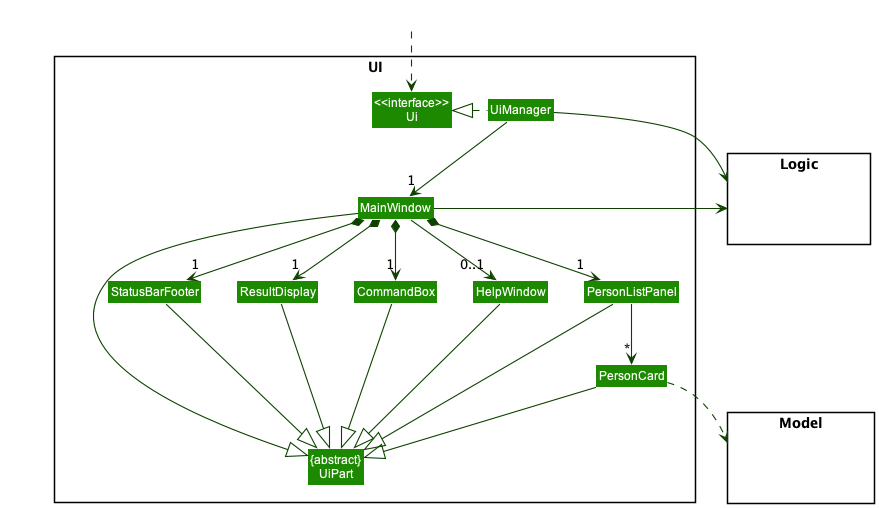
nus-cs2103-AY2223S1/tp keeps this PlantUML diagram as docs/images/UiClassDiagram.png. Above is the earlier version. The source it was exported from:
```plantuml
@startuml
!include style.puml
skinparam arrowThickness 1.1
skinparam arrowColor UI_COLOR_T4
skinparam classBackgroundColor UI_COLOR

package UI <<Rectangle>>{
Class "<<interface>>\nUi" as Ui
Class "{abstract}\nUiPart" as UiPart
Class UiManager
Class MainWindow
Class HelpWindow
Class ResultDisplay
Class PersonListPanel
Class PersonCard
Class StatusBarFooter
Class CommandBox
}

package Model <<Rectangle>> {
Class HiddenModel #FFFFFF
}

package Logic <<Rectangle>> {
Class HiddenLogic #FFFFFF
}

Class HiddenOutside #FFFFFF
HiddenOutside ..> Ui

UiManager .left.|> Ui
UiManager -down-> "1" MainWindow
MainWindow *-down->  "1" CommandBox
MainWindow *-down-> "1" ResultDisplay
MainWindow *-down-> "1" PersonListPanel
MainWindow *-down-> "1" StatusBarFooter
MainWindow --> "0..1" HelpWindow

PersonListPanel -down-> "*" PersonCard

MainWindow -left-|> UiPart

ResultDisplay --|> UiPart
CommandBox --|> UiPart
PersonListPanel --|> UiPart
PersonCard --|> UiPart
StatusBarFooter --|> UiPart
HelpWindow --|> UiPart

PersonCard ..> Model
UiManager -right-> Logic
MainWindow -left-> Logic

PersonListPanel -[hidden]left- HelpWindow
HelpWindow -[hidden]left- CommandBox
CommandBox -[hidden]left- ResultDisplay
ResultDisplay -[hidden]left- StatusBarFooter

MainWindow -[hidden]-|> UiPart
@enduml
```
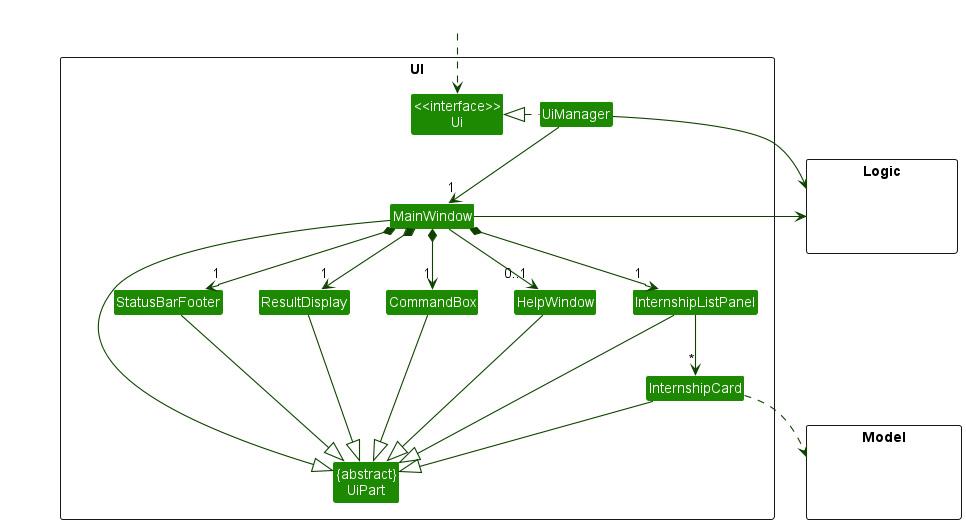
After the change.

Diff of the diagram source:
```diff
@@ -11,8 +11,8 @@
 Class MainWindow
 Class HelpWindow
 Class ResultDisplay
-Class PersonListPanel
-Class PersonCard
+Class InternshipListPanel
+Class InternshipCard
 Class StatusBarFooter
 Class CommandBox
 }
@@ -32,26 +32,26 @@
 UiManager -down-> "1" MainWindow
 MainWindow *-down->  "1" CommandBox
 MainWindow *-down-> "1" ResultDisplay
-MainWindow *-down-> "1" PersonListPanel
+MainWindow *-down-> "1" InternshipListPanel
 MainWindow *-down-> "1" StatusBarFooter
 MainWindow --> "0..1" HelpWindow
 
-PersonListPanel -down-> "*" PersonCard
+InternshipListPanel -down-> "*" InternshipCard
 
 MainWindow -left-|> UiPart
 
 ResultDisplay --|> UiPart
 CommandBox --|> UiPart
-PersonListPanel --|> UiPart
-PersonCard --|> UiPart
+InternshipListPanel --|> UiPart
+InternshipCard --|> UiPart
 StatusBarFooter --|> UiPart
 HelpWindow --|> UiPart
 
-PersonCard ..> Model
+InternshipCard ..> Model
 UiManager -right-> Logic
 MainWindow -left-> Logic
 
-PersonListPanel -[hidden]left- HelpWindow
+InternshipListPanel -[hidden]left- HelpWindow
 HelpWindow -[hidden]left- CommandBox
 CommandBox -[hidden]left- ResultDisplay
 ResultDisplay -[hidden]left- StatusBarFooter
```
